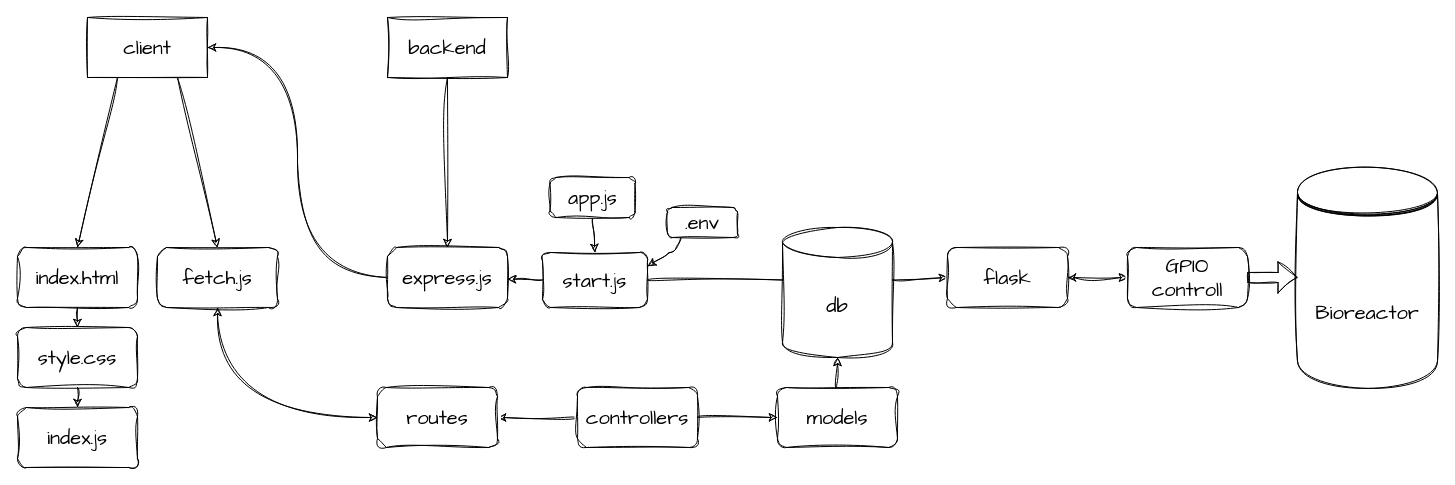
MelcherMate/Bioversee_Webapp keeps this draw.io diagram as blueprints/softwareDesign.drawio. Above is the earlier version. Source tidied: cells renumbered, new cells numbered last; positions are measured from the earlier drawing's top-left corner, leaving out a move shared by most shapes. Both pictures are drawn from the tidied source at 100%, with x=0, y=0 at pixel (17, 17).
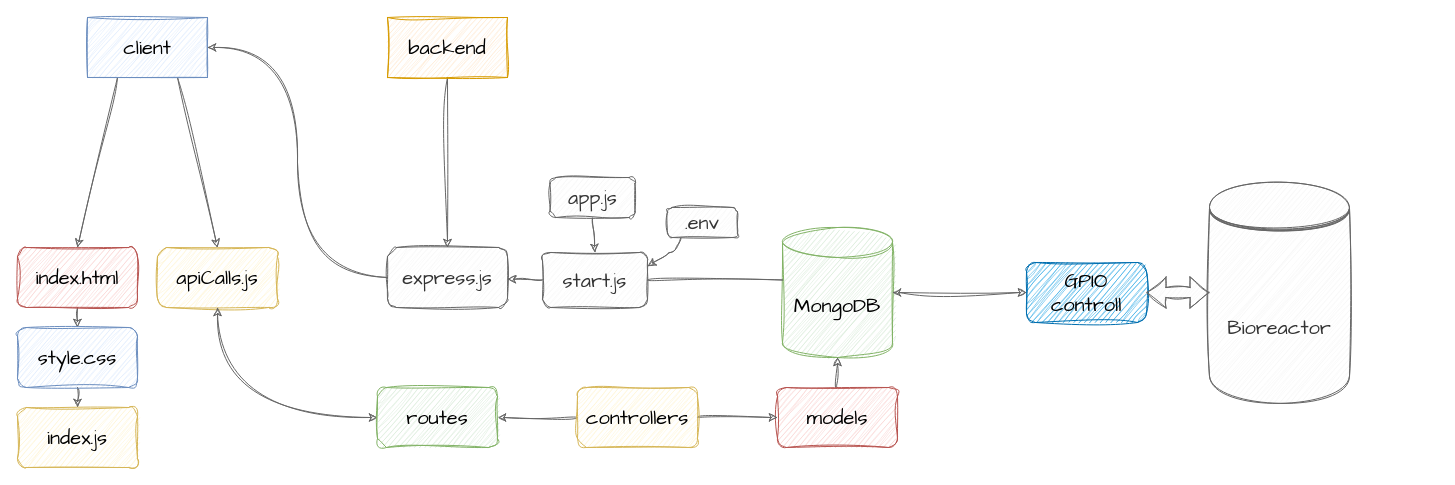
After the change.

What changed in the source:
```diff
@@
-<mxGraphModel>
+<mxGraphModel background="#ffffff">
@@
-    <mxCell id="2" style="edgeStyle=none;sketch=1;hachureGap=4;jiggle=2;curveFitting=1;html=1;exitX=0.25;exitY=1;exitDx=0;exitDy=0;entryX=0.5;entryY=0;entryDx=0;entryDy=0;fontFamily=Architects Daughter;fontSize=16;" parent="1" edge="1" source="4" target="8">
+    <mxCell id="2" style="edgeStyle=none;hachureGap=4;html=1;exitX=0.25;exitY=1;exitDx=0;exitDy=0;entryX=0.5;entryY=0;entryDx=0;entryDy=0;fontFamily=Architects Daughter;fontSize=16;fontColor=#000000;labelBackgroundColor=none;sketch=1;curveFitting=1;jiggle=2;shadow=0;fillColor=#f5f5f5;strokeColor=#666666;" parent="1" edge="1" source="4" target="8">
       <mxGeometry relative="1" as="geometry" />
     </mxCell>
-    <mxCell id="3" style="edgeStyle=none;sketch=1;hachureGap=4;jiggle=2;curveFitting=1;html=1;exitX=0.75;exitY=1;exitDx=0;exitDy=0;entryX=0.5;entryY=0;entryDx=0;entryDy=0;fontFamily=Architects Daughter;fontSize=16;" parent="1" edge="1" source="4" target="12">
+    <mxCell id="3" style="edgeStyle=none;hachureGap=4;html=1;exitX=0.75;exitY=1;exitDx=0;exitDy=0;entryX=0.5;entryY=0;entryDx=0;entryDy=0;fontFamily=Architects Daughter;fontSize=16;fontColor=#000000;labelBackgroundColor=none;sketch=1;curveFitting=1;jiggle=2;shadow=0;fillColor=#f5f5f5;strokeColor=#666666;" parent="1" edge="1" source="4" target="12">
       <mxGeometry relative="1" as="geometry" />
     </mxCell>
-    <mxCell id="4" value="client" style="rounded=0;whiteSpace=wrap;html=1;sketch=1;hachureGap=4;jiggle=2;curveFitting=1;fontFamily=Architects Daughter;fontSize=20;" parent="1" vertex="1">
+    <mxCell id="4" value="client" style="rounded=0;whiteSpace=wrap;html=1;hachureGap=4;fontFamily=Architects Daughter;fontSize=20;labelBackgroundColor=none;sketch=1;curveFitting=1;jiggle=2;shadow=0;fillColor=#dae8fc;strokeColor=#6c8ebf;fontColor=#000000;" parent="1" vertex="1">
       <mxGeometry x="70" width="120" height="60" as="geometry" />
     </mxCell>
-    <mxCell id="5" style="edgeStyle=none;sketch=1;hachureGap=4;jiggle=2;curveFitting=1;html=1;exitX=0.5;exitY=1;exitDx=0;exitDy=0;entryX=0.5;entryY=0;entryDx=0;entryDy=0;fontFamily=Architects Daughter;fontSize=16;" parent="1" edge="1" source="6" target="14">
+    <mxCell id="5" style="edgeStyle=none;hachureGap=4;html=1;exitX=0.5;exitY=1;exitDx=0;exitDy=0;entryX=0.5;entryY=0;entryDx=0;entryDy=0;fontFamily=Architects Daughter;fontSize=16;fontColor=#000000;labelBackgroundColor=none;sketch=1;curveFitting=1;jiggle=2;shadow=0;fillColor=#f5f5f5;strokeColor=#666666;" parent="1" edge="1" source="6" target="14">
       <mxGeometry relative="1" as="geometry" />
     </mxCell>
-    <mxCell id="6" value="backend" style="rounded=0;whiteSpace=wrap;html=1;sketch=1;hachureGap=4;jiggle=2;curveFitting=1;fontFamily=Architects Daughter;fontSize=20;gradientDirection=north;" parent="1" vertex="1">
+    <mxCell id="6" value="backend" style="rounded=0;whiteSpace=wrap;html=1;hachureGap=4;fontFamily=Architects Daughter;fontSize=20;gradientDirection=north;labelBackgroundColor=none;sketch=1;curveFitting=1;jiggle=2;shadow=0;fillColor=#ffe6cc;strokeColor=#d79b00;fontColor=#000000;" parent="1" vertex="1">
       <mxGeometry x="370" width="120" height="60" as="geometry" />
     </mxCell>
-    <mxCell id="7" style="edgeStyle=none;sketch=1;hachureGap=4;jiggle=2;curveFitting=1;html=1;exitX=0.5;exitY=1;exitDx=0;exitDy=0;entryX=0.5;entryY=0;entryDx=0;entryDy=0;fontFamily=Architects Daughter;fontSize=16;" parent="1" edge="1" source="8" target="10">
+    <mxCell id="7" style="edgeStyle=none;hachureGap=4;html=1;exitX=0.5;exitY=1;exitDx=0;exitDy=0;entryX=0.5;entryY=0;entryDx=0;entryDy=0;fontFamily=Architects Daughter;fontSize=16;fontColor=#000000;labelBackgroundColor=none;sketch=1;curveFitting=1;jiggle=2;shadow=0;fillColor=#f5f5f5;strokeColor=#666666;" parent="1" edge="1" source="8" target="10">
       <mxGeometry relative="1" as="geometry" />
     </mxCell>
-    <mxCell id="8" value="index.html" style="rounded=1;whiteSpace=wrap;html=1;sketch=1;hachureGap=4;jiggle=2;curveFitting=1;fontFamily=Architects Daughter;fontSize=20;" parent="1" vertex="1">
+    <mxCell id="8" value="index.html" style="rounded=1;whiteSpace=wrap;html=1;hachureGap=4;fontFamily=Architects Daughter;fontSize=20;labelBackgroundColor=none;sketch=1;curveFitting=1;jiggle=2;shadow=0;fillColor=#f8cecc;strokeColor=#b85450;fontColor=#000000;" parent="1" vertex="1">
       <mxGeometry y="230" width="120" height="60" as="geometry" />
     </mxCell>
-    <mxCell id="9" style="edgeStyle=none;sketch=1;hachureGap=4;jiggle=2;curveFitting=1;html=1;exitX=0.5;exitY=1;exitDx=0;exitDy=0;entryX=0.5;entryY=0;entryDx=0;entryDy=0;fontFamily=Architects Daughter;fontSize=16;" parent="1" edge="1" source="10" target="11">
+    <mxCell id="9" style="edgeStyle=none;hachureGap=4;html=1;exitX=0.5;exitY=1;exitDx=0;exitDy=0;entryX=0.5;entryY=0;entryDx=0;entryDy=0;fontFamily=Architects Daughter;fontSize=16;fontColor=#000000;labelBackgroundColor=none;sketch=1;curveFitting=1;jiggle=2;shadow=0;fillColor=#f5f5f5;strokeColor=#666666;" parent="1" edge="1" source="10" target="11">
       <mxGeometry relative="1" as="geometry" />
     </mxCell>
-    <mxCell id="10" value="style.css" style="rounded=1;whiteSpace=wrap;html=1;sketch=1;hachureGap=4;jiggle=2;curveFitting=1;fontFamily=Architects Daughter;fontSize=20;" parent="1" vertex="1">
+    <mxCell id="10" value="style.css" style="rounded=1;whiteSpace=wrap;html=1;hachureGap=4;fontFamily=Architects Daughter;fontSize=20;labelBackgroundColor=none;sketch=1;curveFitting=1;jiggle=2;shadow=0;fillColor=#dae8fc;strokeColor=#6c8ebf;fontColor=#000000;" parent="1" vertex="1">
       <mxGeometry y="310" width="120" height="60" as="geometry" />
     </mxCell>
-    <mxCell id="11" value="index.js" style="rounded=1;whiteSpace=wrap;html=1;sketch=1;hachureGap=4;jiggle=2;curveFitting=1;fontFamily=Architects Daughter;fontSize=20;" parent="1" vertex="1">
+    <mxCell id="11" value="index.js" style="rounded=1;whiteSpace=wrap;html=1;hachureGap=4;fontFamily=Architects Daughter;fontSize=20;labelBackgroundColor=none;sketch=1;curveFitting=1;jiggle=2;shadow=0;fillColor=#fff2cc;strokeColor=#d6b656;fontColor=#000000;" parent="1" vertex="1">
       <mxGeometry y="390" width="120" height="60" as="geometry" />
     </mxCell>
-    <mxCell id="12" value="fetch.js" style="rounded=1;whiteSpace=wrap;html=1;sketch=1;hachureGap=4;jiggle=2;curveFitting=1;fontFamily=Architects Daughter;fontSize=20;" parent="1" vertex="1">
+    <mxCell id="12" value="apiCalls.js" style="rounded=1;whiteSpace=wrap;html=1;hachureGap=4;fontFamily=Architects Daughter;fontSize=20;labelBackgroundColor=none;sketch=1;curveFitting=1;jiggle=2;shadow=0;fillColor=#fff2cc;strokeColor=#d6b656;fontColor=#000000;" parent="1" vertex="1">
       <mxGeometry x="140" y="230" width="120" height="60" as="geometry" />
     </mxCell>
-    <mxCell id="13" style="edgeStyle=orthogonalEdgeStyle;sketch=1;hachureGap=4;jiggle=2;curveFitting=1;html=1;exitX=0;exitY=0.5;exitDx=0;exitDy=0;entryX=1;entryY=0.5;entryDx=0;entryDy=0;fontFamily=Architects Daughter;fontSize=16;curved=1;" parent="1" edge="1" source="14" target="4">
+    <mxCell id="13" style="edgeStyle=orthogonalEdgeStyle;hachureGap=4;html=1;exitX=0;exitY=0.5;exitDx=0;exitDy=0;entryX=1;entryY=0.5;entryDx=0;entryDy=0;fontFamily=Architects Daughter;fontSize=16;curved=1;fontColor=#000000;labelBackgroundColor=none;sketch=1;curveFitting=1;jiggle=2;shadow=0;fillColor=#f5f5f5;strokeColor=#666666;" parent="1" edge="1" source="14" target="4">
       <mxGeometry relative="1" as="geometry" />
     </mxCell>
-    <mxCell id="14" value="express.js" style="rounded=1;whiteSpace=wrap;html=1;sketch=1;hachureGap=4;jiggle=2;curveFitting=1;fontFamily=Architects Daughter;fontSize=20;" parent="1" vertex="1">
+    <mxCell id="14" value="express.js" style="rounded=1;whiteSpace=wrap;html=1;hachureGap=4;fontFamily=Architects Daughter;fontSize=20;labelBackgroundColor=none;sketch=1;curveFitting=1;jiggle=2;shadow=0;fillColor=#f5f5f5;strokeColor=#666666;fontColor=#333333;" parent="1" vertex="1">
       <mxGeometry x="370" y="230" width="120" height="60" as="geometry" />
     </mxCell>
-    <mxCell id="15" style="edgeStyle=none;sketch=1;hachureGap=4;jiggle=2;curveFitting=1;html=1;exitX=0;exitY=0.5;exitDx=0;exitDy=0;fontFamily=Architects Daughter;fontSize=16;" parent="1" edge="1" source="16" target="14">
+    <mxCell id="15" style="edgeStyle=none;hachureGap=4;html=1;exitX=0;exitY=0.5;exitDx=0;exitDy=0;fontFamily=Architects Daughter;fontSize=16;fontColor=#000000;labelBackgroundColor=none;sketch=1;curveFitting=1;jiggle=2;shadow=0;fillColor=#f5f5f5;strokeColor=#666666;" parent="1" edge="1" source="16" target="14">
       <mxGeometry relative="1" as="geometry" />
     </mxCell>
-    <mxCell id="16" value="start.js" style="rounded=1;whiteSpace=wrap;html=1;sketch=1;hachureGap=4;jiggle=2;curveFitting=1;fontFamily=Architects Daughter;fontSize=20;" parent="1" vertex="1">
+    <mxCell id="16" value="start.js" style="rounded=1;whiteSpace=wrap;html=1;hachureGap=4;fontFamily=Architects Daughter;fontSize=20;labelBackgroundColor=none;sketch=1;curveFitting=1;jiggle=2;shadow=0;fillColor=#f5f5f5;strokeColor=#666666;fontColor=#333333;" parent="1" vertex="1">
       <mxGeometry x="525" y="235" width="105" height="55" as="geometry" />
     </mxCell>
-    <mxCell id="17" style="edgeStyle=none;sketch=1;hachureGap=4;jiggle=2;curveFitting=1;html=1;exitX=0.191;exitY=1.018;exitDx=0;exitDy=0;entryX=1;entryY=0.25;entryDx=0;entryDy=0;fontFamily=Architects Daughter;fontSize=16;exitPerimeter=0;" parent="1" edge="1" source="18" target="16">
+    <mxCell id="17" style="edgeStyle=none;hachureGap=4;html=1;exitX=0.191;exitY=1.018;exitDx=0;exitDy=0;entryX=1;entryY=0.25;entryDx=0;entryDy=0;fontFamily=Architects Daughter;fontSize=16;exitPerimeter=0;fontColor=#000000;labelBackgroundColor=none;sketch=1;curveFitting=1;jiggle=2;shadow=0;fillColor=#f5f5f5;strokeColor=#666666;" parent="1" edge="1" source="18" target="16">
       <mxGeometry relative="1" as="geometry">
         <Array as="points">
           <mxPoint x="660" y="230" />
         </Array>
       </mxGeometry>
     </mxCell>
-    <mxCell id="18" value=".env" style="rounded=1;whiteSpace=wrap;html=1;sketch=1;hachureGap=4;jiggle=2;curveFitting=1;fontFamily=Architects Daughter;fontSize=20;" parent="1" vertex="1">
+    <mxCell id="18" value=".env" style="rounded=1;whiteSpace=wrap;html=1;hachureGap=4;fontFamily=Architects Daughter;fontSize=20;labelBackgroundColor=none;sketch=1;curveFitting=1;jiggle=2;shadow=0;fillColor=#f5f5f5;strokeColor=#666666;fontColor=#333333;" parent="1" vertex="1">
       <mxGeometry x="650" y="190" width="70" height="30" as="geometry" />
     </mxCell>
-    <mxCell id="19" style="edgeStyle=none;sketch=1;hachureGap=4;jiggle=2;curveFitting=1;html=1;exitX=0.5;exitY=1;exitDx=0;exitDy=0;entryX=0.5;entryY=0;entryDx=0;entryDy=0;fontFamily=Architects Daughter;fontSize=16;" parent="1" edge="1" source="20" target="16">
+    <mxCell id="19" style="edgeStyle=none;hachureGap=4;html=1;exitX=0.5;exitY=1;exitDx=0;exitDy=0;entryX=0.5;entryY=0;entryDx=0;entryDy=0;fontFamily=Architects Daughter;fontSize=16;fontColor=#000000;labelBackgroundColor=none;sketch=1;curveFitting=1;jiggle=2;shadow=0;fillColor=#f5f5f5;strokeColor=#666666;" parent="1" edge="1" source="20" target="16">
       <mxGeometry relative="1" as="geometry" />
     </mxCell>
-    <mxCell id="20" value="app.js" style="rounded=1;whiteSpace=wrap;html=1;sketch=1;hachureGap=4;jiggle=2;curveFitting=1;fontFamily=Architects Daughter;fontSize=20;" parent="1" vertex="1">
+    <mxCell id="20" value="app.js" style="rounded=1;whiteSpace=wrap;html=1;hachureGap=4;fontFamily=Architects Daughter;fontSize=20;labelBackgroundColor=none;sketch=1;curveFitting=1;jiggle=2;shadow=0;fillColor=#f5f5f5;strokeColor=#666666;fontColor=#333333;" parent="1" vertex="1">
       <mxGeometry x="532.5" y="160" width="85" height="40" as="geometry" />
     </mxCell>
-    <mxCell id="21" style="edgeStyle=none;sketch=1;hachureGap=4;jiggle=2;curveFitting=1;html=1;exitX=1;exitY=0;exitDx=0;exitDy=52.5;exitPerimeter=0;entryX=0;entryY=0.5;entryDx=0;entryDy=0;fontFamily=Architects Daughter;fontSize=16;" parent="1" edge="1" source="22" target="32">
-      <mxGeometry relative="1" as="geometry" />
-    </mxCell>
-    <mxCell id="22" value="db" style="shape=cylinder3;whiteSpace=wrap;html=1;boundedLbl=1;backgroundOutline=1;size=15;sketch=1;hachureGap=4;jiggle=2;curveFitting=1;fontFamily=Architects Daughter;fontSize=20;" parent="1" vertex="1">
+    <mxCell id="22" value="MongoDB" style="shape=cylinder3;whiteSpace=wrap;html=1;boundedLbl=1;backgroundOutline=1;size=15;hachureGap=4;fontFamily=Architects Daughter;fontSize=20;labelBackgroundColor=none;sketch=1;curveFitting=1;jiggle=2;shadow=0;fillColor=#d5e8d4;strokeColor=#82b366;fontColor=#000000;" parent="1" vertex="1">
       <mxGeometry x="765" y="210" width="110" height="130" as="geometry" />
     </mxCell>
-    <mxCell id="23" style="endArrow=none;html=1;shadow=0;sketch=1;hachureGap=4;jiggle=2;curveFitting=1;fontFamily=Architects Daughter;fontSize=16;curved=1;elbow=vertical;entryX=0;entryY=0;entryDx=0;entryDy=52.5;entryPerimeter=0;exitX=1;exitY=0.5;exitDx=0;exitDy=0;" parent="1" edge="1" source="16" target="22">
+    <mxCell id="23" style="endArrow=none;html=1;shadow=0;hachureGap=4;fontFamily=Architects Daughter;fontSize=16;curved=1;elbow=vertical;entryX=0;entryY=0;entryDx=0;entryDy=52.5;entryPerimeter=0;exitX=1;exitY=0.5;exitDx=0;exitDy=0;fontColor=#000000;labelBackgroundColor=none;sketch=1;curveFitting=1;jiggle=2;fillColor=#f5f5f5;strokeColor=#666666;" parent="1" edge="1" source="16" target="22">
       <mxGeometry relative="1" as="geometry" />
     </mxCell>
-    <mxCell id="24" style="edgeStyle=orthogonalEdgeStyle;curved=1;sketch=1;hachureGap=4;jiggle=2;curveFitting=1;html=1;exitX=0.5;exitY=0;exitDx=0;exitDy=0;fontFamily=Architects Daughter;fontSize=16;" parent="1" edge="1" source="25" target="22">
+    <mxCell id="24" style="edgeStyle=orthogonalEdgeStyle;curved=1;hachureGap=4;html=1;exitX=0.5;exitY=0;exitDx=0;exitDy=0;fontFamily=Architects Daughter;fontSize=16;fontColor=#000000;labelBackgroundColor=none;sketch=1;curveFitting=1;jiggle=2;shadow=0;fillColor=#f5f5f5;strokeColor=#666666;" parent="1" edge="1" source="25" target="22">
       <mxGeometry relative="1" as="geometry" />
     </mxCell>
-    <mxCell id="25" value="models" style="rounded=1;whiteSpace=wrap;html=1;sketch=1;hachureGap=4;jiggle=2;curveFitting=1;fontFamily=Architects Daughter;fontSize=20;" parent="1" vertex="1">
+    <mxCell id="25" value="models" style="rounded=1;whiteSpace=wrap;html=1;hachureGap=4;fontFamily=Architects Daughter;fontSize=20;labelBackgroundColor=none;sketch=1;curveFitting=1;jiggle=2;shadow=0;fillColor=#f8cecc;strokeColor=#b85450;fontColor=#000000;" parent="1" vertex="1">
       <mxGeometry x="760" y="370" width="120" height="60" as="geometry" />
     </mxCell>
-    <mxCell id="26" style="edgeStyle=orthogonalEdgeStyle;curved=1;sketch=1;hachureGap=4;jiggle=2;curveFitting=1;html=1;exitX=1;exitY=0.5;exitDx=0;exitDy=0;entryX=0;entryY=0.5;entryDx=0;entryDy=0;fontFamily=Architects Daughter;fontSize=16;" parent="1" edge="1" source="28" target="25">
+    <mxCell id="26" style="edgeStyle=orthogonalEdgeStyle;curved=1;hachureGap=4;html=1;exitX=1;exitY=0.5;exitDx=0;exitDy=0;entryX=0;entryY=0.5;entryDx=0;entryDy=0;fontFamily=Architects Daughter;fontSize=16;fontColor=#000000;labelBackgroundColor=none;sketch=1;curveFitting=1;jiggle=2;shadow=0;fillColor=#f5f5f5;strokeColor=#666666;" parent="1" edge="1" source="28" target="25">
       <mxGeometry relative="1" as="geometry" />
     </mxCell>
-    <mxCell id="27" style="edgeStyle=orthogonalEdgeStyle;curved=1;sketch=1;hachureGap=4;jiggle=2;curveFitting=1;html=1;exitX=0;exitY=0.5;exitDx=0;exitDy=0;entryX=1;entryY=0.5;entryDx=0;entryDy=0;fontFamily=Architects Daughter;fontSize=16;" parent="1" edge="1" source="28" target="30">
+    <mxCell id="27" style="edgeStyle=orthogonalEdgeStyle;curved=1;hachureGap=4;html=1;exitX=0;exitY=0.5;exitDx=0;exitDy=0;entryX=1;entryY=0.5;entryDx=0;entryDy=0;fontFamily=Architects Daughter;fontSize=16;fontColor=#000000;labelBackgroundColor=none;sketch=1;curveFitting=1;jiggle=2;shadow=0;fillColor=#f5f5f5;strokeColor=#666666;" parent="1" edge="1" source="28" target="30">
       <mxGeometry relative="1" as="geometry" />
     </mxCell>
-    <mxCell id="28" value="controllers" style="rounded=1;whiteSpace=wrap;html=1;sketch=1;hachureGap=4;jiggle=2;curveFitting=1;fontFamily=Architects Daughter;fontSize=20;" parent="1" vertex="1">
+    <mxCell id="28" value="controllers" style="rounded=1;whiteSpace=wrap;html=1;hachureGap=4;fontFamily=Architects Daughter;fontSize=20;labelBackgroundColor=none;sketch=1;curveFitting=1;jiggle=2;shadow=0;fillColor=#fff2cc;strokeColor=#d6b656;fontColor=#000000;" parent="1" vertex="1">
       <mxGeometry x="560" y="370" width="120" height="60" as="geometry" />
     </mxCell>
-    <mxCell id="29" style="edgeStyle=orthogonalEdgeStyle;curved=1;sketch=1;hachureGap=4;jiggle=2;curveFitting=1;html=1;exitX=0;exitY=0.5;exitDx=0;exitDy=0;entryX=0.5;entryY=1;entryDx=0;entryDy=0;fontFamily=Architects Daughter;fontSize=16;startArrow=classic;startFill=1;" parent="1" edge="1" source="30" target="12">
+    <mxCell id="29" style="edgeStyle=orthogonalEdgeStyle;curved=1;hachureGap=4;html=1;exitX=0;exitY=0.5;exitDx=0;exitDy=0;entryX=0.5;entryY=1;entryDx=0;entryDy=0;fontFamily=Architects Daughter;fontSize=16;startArrow=classic;startFill=1;fontColor=#000000;labelBackgroundColor=none;sketch=1;curveFitting=1;jiggle=2;shadow=0;fillColor=#f5f5f5;strokeColor=#666666;" parent="1" edge="1" source="30" target="12">
       <mxGeometry relative="1" as="geometry" />
     </mxCell>
-    <mxCell id="30" value="routes" style="rounded=1;whiteSpace=wrap;html=1;sketch=1;hachureGap=4;jiggle=2;curveFitting=1;fontFamily=Architects Daughter;fontSize=20;" parent="1" vertex="1">
+    <mxCell id="30" value="routes" style="rounded=1;whiteSpace=wrap;html=1;hachureGap=4;fontFamily=Architects Daughter;fontSize=20;labelBackgroundColor=none;sketch=1;curveFitting=1;jiggle=2;shadow=0;fillColor=#d5e8d4;strokeColor=#82b366;fontColor=#000000;" parent="1" vertex="1">
       <mxGeometry x="360" y="370" width="120" height="60" as="geometry" />
     </mxCell>
-    <mxCell id="31" style="edgeStyle=none;sketch=1;hachureGap=4;jiggle=2;curveFitting=1;html=1;exitX=1;exitY=0.5;exitDx=0;exitDy=0;entryX=0;entryY=0.5;entryDx=0;entryDy=0;fontFamily=Architects Daughter;fontSize=16;startArrow=classic;startFill=1;" parent="1" edge="1" source="32" target="33">
-      <mxGeometry relative="1" as="geometry" />
+    <mxCell id="31" style="edgeStyle=none;hachureGap=4;html=1;exitX=1;exitY=0.5;exitDx=0;exitDy=0;entryX=0;entryY=0.5;entryDx=0;entryDy=0;fontFamily=Architects Daughter;fontSize=16;startArrow=classic;startFill=1;fontColor=#000000;labelBackgroundColor=none;sketch=1;curveFitting=1;jiggle=2;shadow=0;fillColor=#f5f5f5;strokeColor=#666666;" parent="1" edge="1" target="33">
+      <mxGeometry relative="1" as="geometry">
+        <mxPoint x="875" y="275" as="sourcePoint" />
+      </mxGeometry>
     </mxCell>
-    <mxCell id="32" value="flask" style="rounded=1;whiteSpace=wrap;html=1;sketch=1;hachureGap=4;jiggle=2;curveFitting=1;fontFamily=Architects Daughter;fontSize=20;" parent="1" vertex="1">
-      <mxGeometry x="930" y="230" width="120" height="60" as="geometry" />
-    </mxCell>
-    <mxCell id="33" value="GPIO controll" style="rounded=1;whiteSpace=wrap;html=1;sketch=1;hachureGap=4;jiggle=2;curveFitting=1;fontFamily=Architects Daughter;fontSize=20;" parent="1" vertex="1">
-      <mxGeometry x="1110" y="230" width="120" height="60" as="geometry" />
+    <mxCell id="33" value="GPIO controll" style="rounded=1;whiteSpace=wrap;html=1;hachureGap=4;fontFamily=Architects Daughter;fontSize=20;labelBackgroundColor=none;shadow=0;fillColor=#1ba1e2;strokeColor=#006EAF;fontColor=#000000;sketch=1;curveFitting=1;jiggle=2;glass=0;" parent="1" vertex="1">
+      <mxGeometry x="1009" y="245" width="120" height="60" as="geometry" />
     </mxCell>
-    <mxCell id="34" value="Bioreactor" style="shape=datastore;whiteSpace=wrap;html=1;sketch=1;hachureGap=4;jiggle=2;curveFitting=1;fontFamily=Architects Daughter;fontSize=20;" parent="1" vertex="1">
-      <mxGeometry x="1280" y="148.1" width="140" height="223.8" as="geometry" />
+    <mxCell id="34" value="Bioreactor" style="shape=datastore;whiteSpace=wrap;html=1;hachureGap=4;fontFamily=Architects Daughter;fontSize=20;labelBackgroundColor=none;sketch=1;curveFitting=1;jiggle=2;shadow=0;fillColor=#f5f5f5;strokeColor=#666666;fontColor=#333333;" parent="1" vertex="1">
+      <mxGeometry x="1192" y="163.1" width="140" height="223.8" as="geometry" />
     </mxCell>
-    <mxCell id="35" style="shape=flexArrow;endArrow=classic;html=1;sketch=1;hachureGap=4;jiggle=2;curveFitting=1;fontFamily=Architects Daughter;fontSize=16;exitX=1;exitY=0.5;exitDx=0;exitDy=0;entryX=0;entryY=0.5;entryDx=0;entryDy=0;" parent="1" edge="1" source="33" target="34">
+    <mxCell id="35" style="shape=flexArrow;endArrow=classic;html=1;hachureGap=4;fontFamily=Architects Daughter;fontSize=16;exitX=1;exitY=0.5;exitDx=0;exitDy=0;entryX=0;entryY=0.5;entryDx=0;entryDy=0;fontColor=#000000;labelBackgroundColor=none;sketch=1;curveFitting=1;jiggle=2;shadow=0;fillColor=#f5f5f5;strokeColor=#666666;startArrow=block;" parent="1" edge="1" source="33" target="34">
       <mxGeometry relative="1" as="geometry" />
     </mxCell>
```
